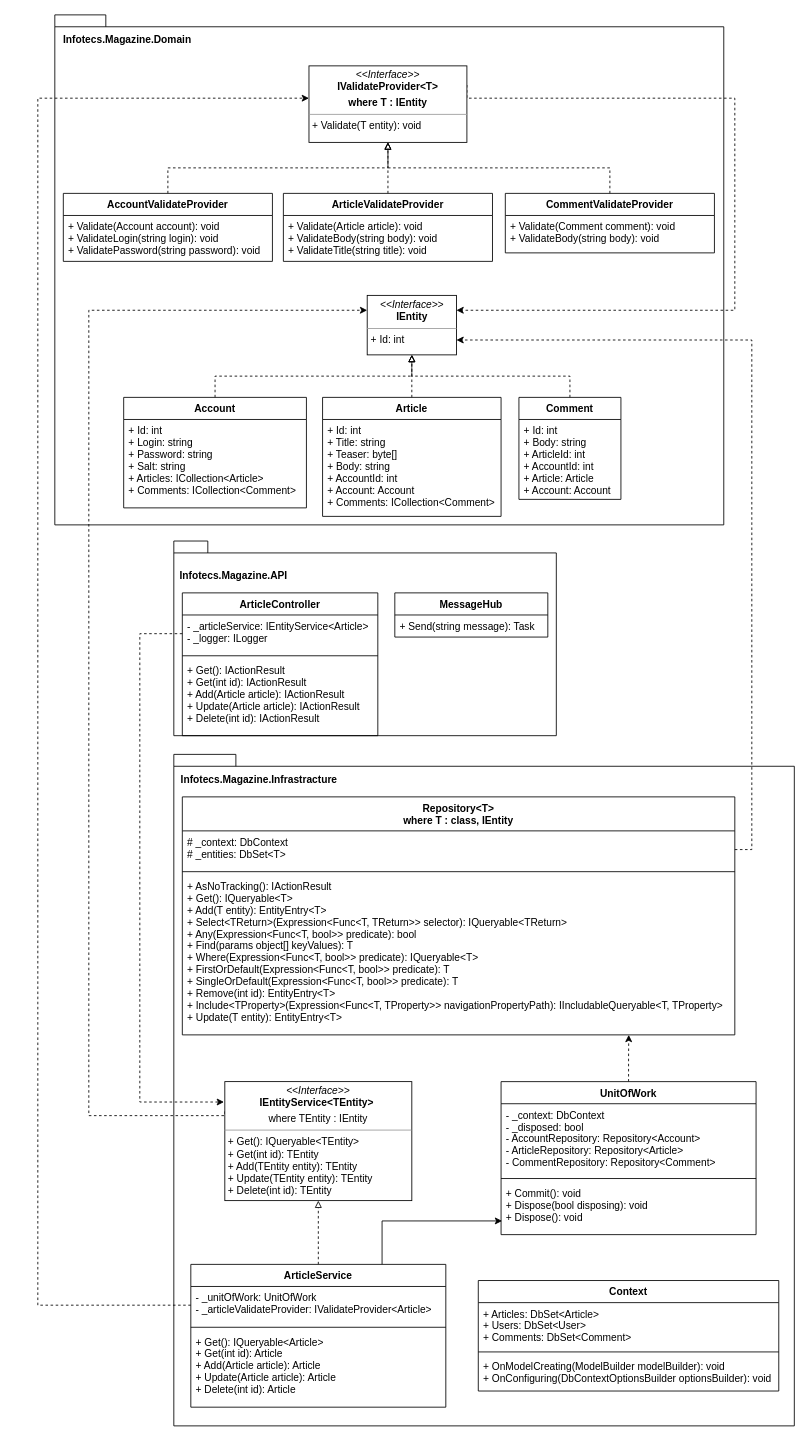
Earlier version of the draw.io diagram Artifacts/Class Diagram.drawio (HelenMakarchuk/Infotecs.Tasks). Source tidied: cells renumbered, new cells numbered last; positions are measured from the earlier drawing's top-left corner, leaving out a move shared by most shapes. Both pictures are drawn from the tidied source at 85%, with x=0, y=0 at pixel (37, 14).
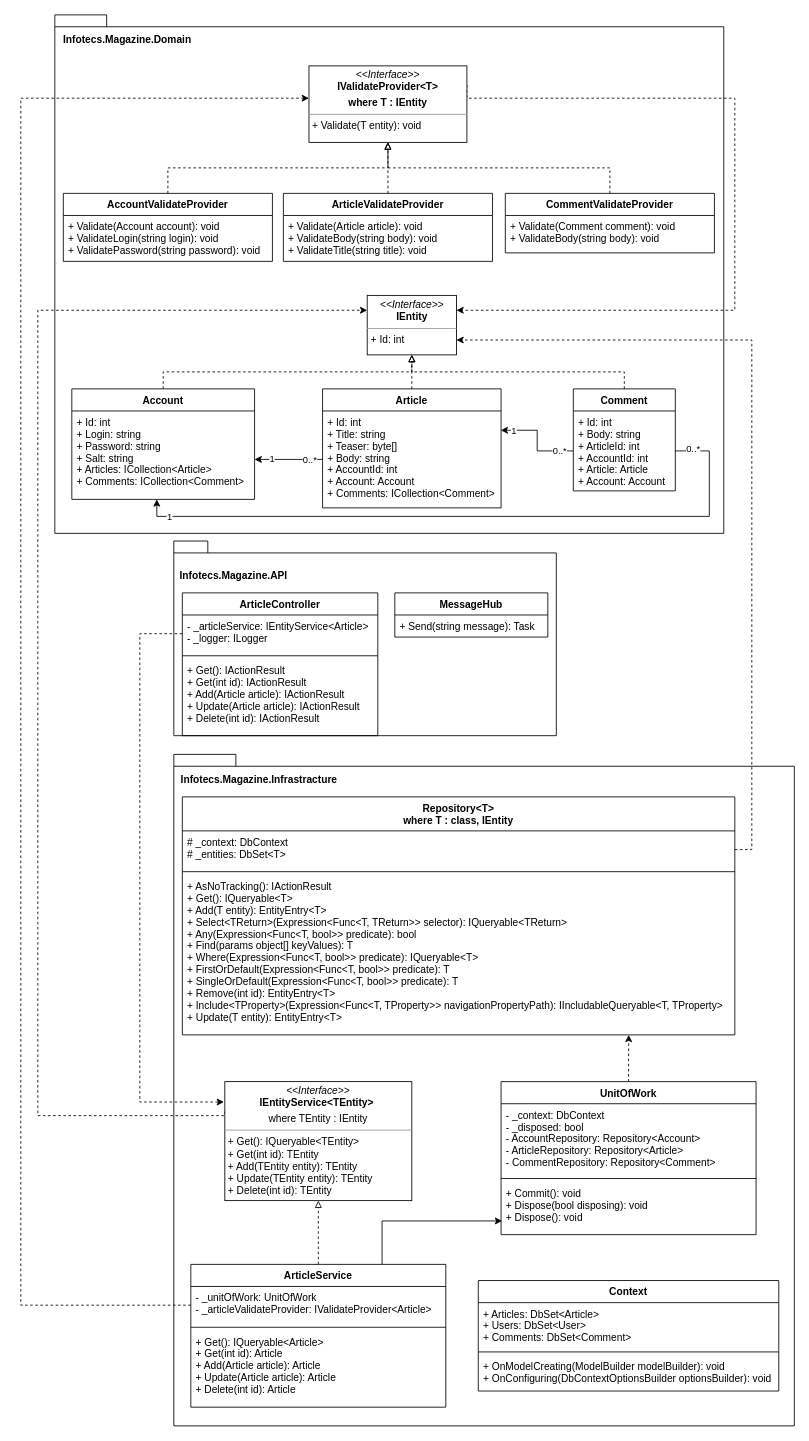
Above is the later version.

Commit message (it also covers changes not shown here):
Update Class Diagram, Sequence Diagram

The change refers to these unchanged cells:
```xml
<mxCell id="8" value="&lt;p style=&quot;margin: 0px ; margin-top: 4px ; text-align: center&quot;&gt;&lt;i&gt;&amp;lt;&amp;lt;Interface&amp;gt;&amp;gt;&lt;/i&gt;&lt;br&gt;&lt;b&gt;IEntity&lt;/b&gt;&lt;br&gt;&lt;/p&gt;&lt;hr size=&quot;1&quot;&gt;&lt;p style=&quot;margin: 0px ; margin-left: 4px&quot;&gt;+ Id: int&lt;/p&gt;" style="verticalAlign=top;align=left;overflow=fill;fontSize=12;fontFamily=Helvetica;html=1;" parent="1" vertex="1">
  <mxGeometry x="387.5" y="330" width="105" height="70" as="geometry" />
</mxCell>
<mxCell id="10" value="&lt;p style=&quot;margin: 0px ; margin-top: 4px ; text-align: center&quot;&gt;&lt;i&gt;&amp;lt;&amp;lt;Interface&amp;gt;&amp;gt;&lt;/i&gt;&lt;br&gt;&lt;b&gt;IEntityService&amp;lt;TEntity&amp;gt;&amp;nbsp;&lt;/b&gt;&lt;/p&gt;&lt;p style=&quot;margin: 0px ; margin-top: 4px ; text-align: center&quot;&gt;&lt;span&gt;where TEntity : IEntity&lt;/span&gt;&lt;/p&gt;&lt;hr size=&quot;1&quot;&gt;&lt;p style=&quot;margin: 0px ; margin-left: 4px&quot;&gt;+ Get():&amp;nbsp;IQueryable&amp;lt;TEntity&amp;gt;&lt;/p&gt;&lt;p style=&quot;margin: 0px ; margin-left: 4px&quot;&gt;+ Get(int id): TEntity&lt;/p&gt;&lt;p style=&quot;margin: 0px ; margin-left: 4px&quot;&gt;+ Add(TEntity entity): TEntity&lt;/p&gt;&lt;p style=&quot;margin: 0px ; margin-left: 4px&quot;&gt;+ Update(TEntity entity): TEntity&lt;br&gt;+ Delete(int id): TEntity&lt;/p&gt;" style="verticalAlign=top;align=left;overflow=fill;fontSize=12;fontFamily=Helvetica;html=1;" parent="1" vertex="1">
  <mxGeometry x="220" y="1255" width="220" height="140" as="geometry" />
</mxCell>
<mxCell id="23" value="- _unitOfWork: UnitOfWork&#10;- _articleValidateProvider: IValidateProvider&lt;Article&gt;" style="text;strokeColor=none;fillColor=none;align=left;verticalAlign=top;spacingLeft=4;spacingRight=4;overflow=hidden;points=[[0,0.5],[1,0.5]];portConstraint=eastwest;" parent="22" vertex="1">
  <mxGeometry y="26" width="300" height="44" as="geometry" />
</mxCell>
```

The edit, as a diff of the source:
```diff
@@
     <mxCell id="3" style="shape=folder;fontStyle=1;spacingTop=10;tabWidth=40;tabHeight=14;tabPosition=left;html=1;" parent="1" vertex="1">
-      <mxGeometry x="20" width="787" height="600" as="geometry" />
+      <mxGeometry x="20" width="787" height="610" as="geometry" />
     </mxCell>
@@
     <mxCell id="9" style="edgeStyle=orthogonalEdgeStyle;rounded=0;jettySize=auto;html=1;exitX=0;exitY=0.25;exitDx=0;exitDy=0;entryX=0;entryY=0.25;entryDx=0;entryDy=0;dashed=1;endArrow=classic;endFill=1;" parent="1" edge="1" source="10" target="8">
       <mxGeometry relative="1" as="geometry">
         <Array as="points">
           <mxPoint x="220" y="1295" />
-          <mxPoint x="60" y="1295" />
-          <mxPoint x="60" y="348" />
+          <mxPoint y="1295" />
+          <mxPoint y="348" />
         </Array>
       </mxGeometry>
     </mxCell>
@@
     <mxCell id="36" style="edgeStyle=orthogonalEdgeStyle;rounded=0;jettySize=auto;html=1;exitX=0;exitY=0.5;exitDx=0;exitDy=0;endArrow=classic;endFill=1;dashed=1;" parent="1" edge="1" source="23">
       <mxGeometry relative="1" as="geometry">
         <mxPoint x="319" y="98" as="targetPoint" />
         <Array as="points">
-          <mxPoint y="1518" />
-          <mxPoint y="98" />
+          <mxPoint x="-20" y="1518" />
+          <mxPoint x="-20" y="98" />
         </Array>
       </mxGeometry>
     </mxCell>
-    <mxCell id="37" value="Article" style="swimlane;fontStyle=1;align=center;verticalAlign=top;horizontal=1;startSize=26;" parent="1" vertex="1">
-      <mxGeometry x="335" y="450" width="210" height="140" as="geometry" />
-    </mxCell>
-    <mxCell id="38" value="+ Id: int&#10;+ Title: string&#10;+ Teaser: byte[]&#10;+ Body: string&#10;+ AccountId: int&#10;+ Account: Account&#10;+ Comments: ICollection&lt;Comment&gt;&#10;" style="text;strokeColor=none;fillColor=none;align=left;verticalAlign=top;spacingLeft=4;spacingRight=4;overflow=hidden;points=[[0,0.5],[1,0.5]];portConstraint=eastwest;" parent="37" vertex="1">
-      <mxGeometry y="26" width="210" height="114" as="geometry" />
-    </mxCell>
-    <mxCell id="39" value="Comment" style="swimlane;fontStyle=1;align=center;verticalAlign=top;horizontal=1;startSize=26;" parent="1" vertex="1">
-      <mxGeometry x="566" y="450" width="120" height="120" as="geometry" />
-    </mxCell>
-    <mxCell id="40" value="+ Id: int&#10;+ Body: string&#10;+ ArticleId: int&#10;+ AccountId: int&#10;+ Article: Article&#10;+ Account: Account&#10;" style="text;strokeColor=none;fillColor=none;align=left;verticalAlign=top;spacingLeft=4;spacingRight=4;overflow=hidden;points=[[0,0.5],[1,0.5]];portConstraint=eastwest;" parent="39" vertex="1">
-      <mxGeometry y="26" width="120" height="94" as="geometry" />
-    </mxCell>
-    <mxCell id="41" value="Account" style="swimlane;fontStyle=1;align=center;verticalAlign=top;horizontal=1;startSize=26;" parent="1" vertex="1">
-      <mxGeometry x="101" y="450" width="215" height="130" as="geometry" />
-    </mxCell>
-    <mxCell id="42" value="+ Id: int&#10;+ Login: string&#10;+ Password: string&#10;+ Salt: string&#10;+ Articles: ICollection&lt;Article&gt;&#10;+ Comments: ICollection&lt;Comment&gt;&#10;" style="text;strokeColor=none;fillColor=none;align=left;verticalAlign=top;spacingLeft=4;spacingRight=4;overflow=hidden;points=[[0,0.5],[1,0.5]];portConstraint=eastwest;" parent="41" vertex="1">
-      <mxGeometry y="26" width="215" height="104" as="geometry" />
-    </mxCell>
@@
+    <mxCell id="59" style="edgeStyle=orthogonalEdgeStyle;rounded=0;jettySize=auto;html=1;exitX=0;exitY=0.5;exitDx=0;exitDy=0;spacingTop=8;entryX=0.998;entryY=0.199;entryDx=0;entryDy=0;entryPerimeter=0;" parent="1" edge="1" source="40" target="38">
+      <mxGeometry relative="1" as="geometry" />
+    </mxCell>
+    <mxCell id="60" value="0..*" style="edgeLabel;html=1;align=center;verticalAlign=middle;" parent="59" vertex="1">
+      <mxGeometry x="-0.69" y="-1" relative="1" as="geometry" />
+    </mxCell>
+    <mxCell id="61" value="1" style="edgeLabel;html=1;align=center;verticalAlign=middle;" parent="59" vertex="1">
+      <mxGeometry x="0.73" y="1" relative="1" as="geometry" />
+    </mxCell>
+    <mxCell id="62" value="1" style="edgeStyle=orthogonalEdgeStyle;rounded=0;jettySize=auto;html=1;exitX=0;exitY=0.5;exitDx=0;exitDy=0;align=left;spacingRight=8;" parent="1" edge="1" source="38">
+      <mxGeometry x="0.62" relative="1" as="geometry">
+        <mxPoint x="255" y="523" as="targetPoint" />
+      </mxGeometry>
+    </mxCell>
+    <mxCell id="63" value="0..*" style="edgeLabel;html=1;align=center;verticalAlign=middle;" parent="62" vertex="1">
+      <mxGeometry x="-0.74" relative="1" as="geometry">
+        <mxPoint x="-6" as="offset" />
+      </mxGeometry>
+    </mxCell>
+    <mxCell id="37" value="Article" style="swimlane;fontStyle=1;align=center;verticalAlign=top;horizontal=1;startSize=26;" parent="1" vertex="1">
+      <mxGeometry x="335" y="440" width="210" height="140" as="geometry" />
+    </mxCell>
+    <mxCell id="38" value="+ Id: int&#10;+ Title: string&#10;+ Teaser: byte[]&#10;+ Body: string&#10;+ AccountId: int&#10;+ Account: Account&#10;+ Comments: ICollection&lt;Comment&gt;&#10;" style="text;strokeColor=none;fillColor=none;align=left;verticalAlign=top;spacingLeft=4;spacingRight=4;overflow=hidden;points=[[0,0.5],[1,0.5]];portConstraint=eastwest;" parent="37" vertex="1">
+      <mxGeometry y="26" width="210" height="114" as="geometry" />
+    </mxCell>
+    <mxCell id="41" value="Account" style="swimlane;fontStyle=1;align=center;verticalAlign=top;horizontal=1;startSize=26;" parent="1" vertex="1">
+      <mxGeometry x="40" y="440" width="215" height="130" as="geometry" />
+    </mxCell>
+    <mxCell id="42" value="+ Id: int&#10;+ Login: string&#10;+ Password: string&#10;+ Salt: string&#10;+ Articles: ICollection&lt;Article&gt;&#10;+ Comments: ICollection&lt;Comment&gt;&#10;" style="text;strokeColor=none;fillColor=none;align=left;verticalAlign=top;spacingLeft=4;spacingRight=4;overflow=hidden;points=[[0,0.5],[1,0.5]];portConstraint=eastwest;" parent="41" vertex="1">
+      <mxGeometry y="26" width="215" height="104" as="geometry" />
+    </mxCell>
+    <mxCell id="64" style="edgeStyle=orthogonalEdgeStyle;rounded=0;jettySize=auto;html=1;exitX=1;exitY=0.5;exitDx=0;exitDy=0;entryX=0.465;entryY=1;entryDx=0;entryDy=0;entryPerimeter=0;" parent="1" edge="1" source="40" target="42">
+      <mxGeometry relative="1" as="geometry">
+        <Array as="points">
+          <mxPoint x="790" y="513" />
+          <mxPoint x="790" y="590" />
+          <mxPoint x="140" y="590" />
+        </Array>
+      </mxGeometry>
+    </mxCell>
+    <mxCell id="65" value="0..*" style="edgeLabel;html=1;align=center;verticalAlign=middle;spacingLeft=-16;" parent="64" vertex="1">
+      <mxGeometry x="-0.68" y="2" relative="1" as="geometry">
+        <mxPoint x="-3" y="-82" as="offset" />
+      </mxGeometry>
+    </mxCell>
+    <mxCell id="66" value="1" style="edgeLabel;html=1;align=center;verticalAlign=middle;spacingBottom=2;spacingRight=17;" parent="64" vertex="1">
+      <mxGeometry x="0.89" y="1" relative="1" as="geometry" />
+    </mxCell>
+    <mxCell id="39" value="Comment" style="swimlane;fontStyle=1;align=center;verticalAlign=top;horizontal=1;startSize=26;" parent="1" vertex="1">
+      <mxGeometry x="630" y="440" width="120" height="120" as="geometry" />
+    </mxCell>
+    <mxCell id="40" value="+ Id: int&#10;+ Body: string&#10;+ ArticleId: int&#10;+ AccountId: int&#10;+ Article: Article&#10;+ Account: Account&#10;" style="text;strokeColor=none;fillColor=none;align=left;verticalAlign=top;spacingLeft=4;spacingRight=4;overflow=hidden;points=[[0,0.5],[1,0.5]];portConstraint=eastwest;" parent="39" vertex="1">
+      <mxGeometry y="26" width="120" height="94" as="geometry" />
+    </mxCell>
```
